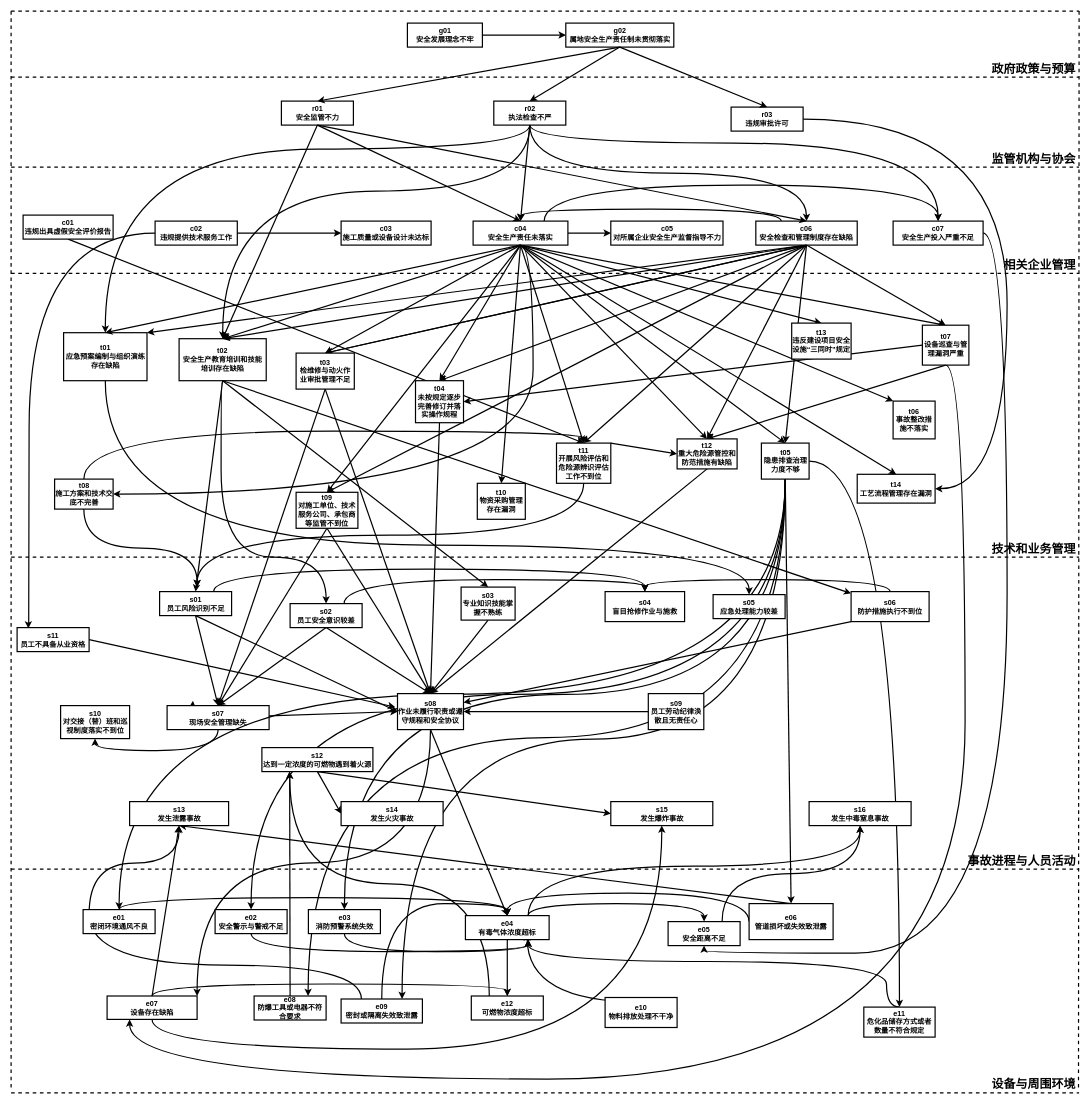
This is 剔除次数少于5.drawio from fangjiarong/docs, a draw.io file, before an edit. Source tidied: cells renumbered, new cells numbered last; positions are measured from the earlier drawing's top-left corner, leaving out a move shared by most shapes. Both pictures are drawn from the tidied source at 60%, with x=0, y=0 at pixel (11, 11).
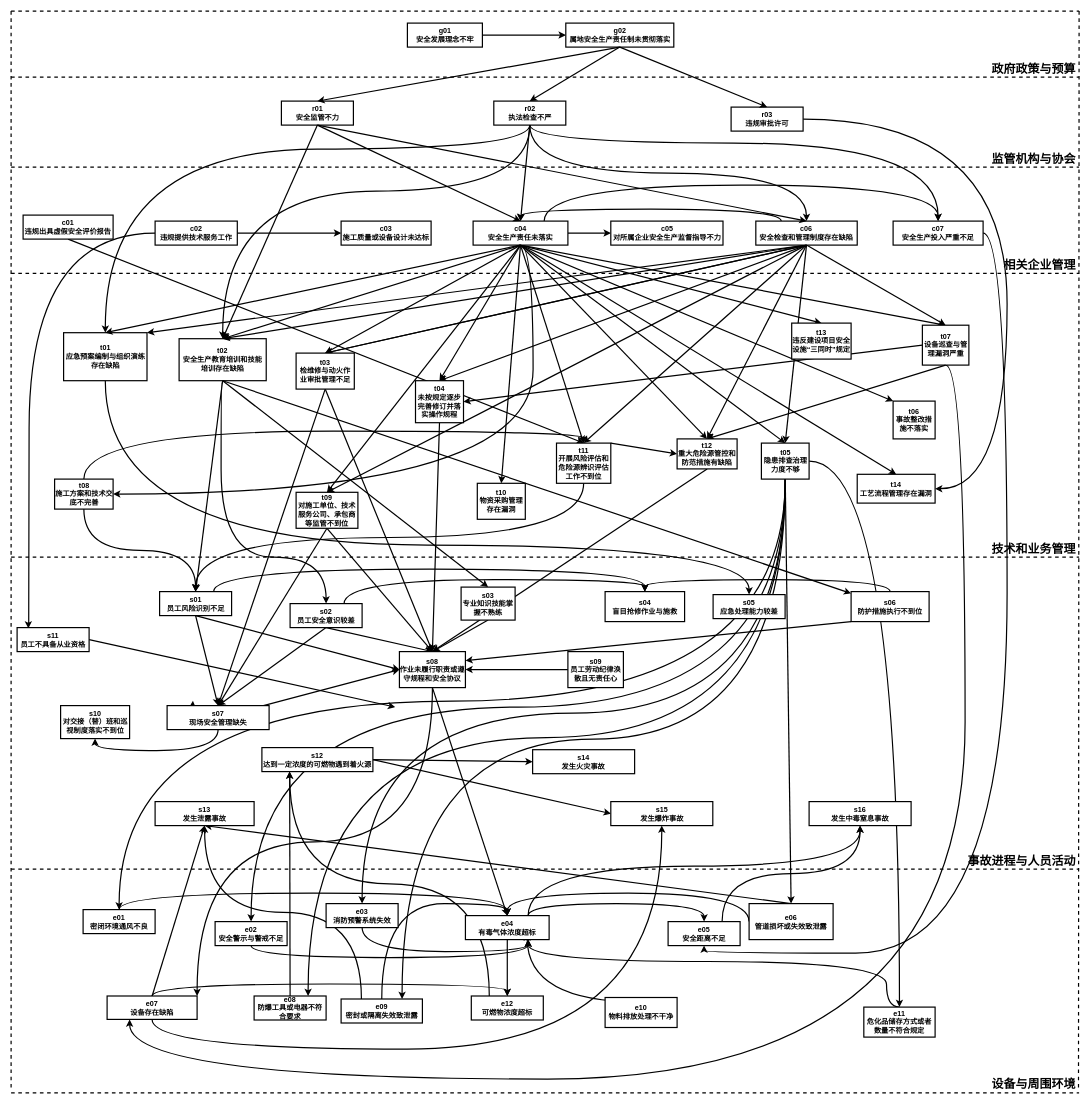
The same diagram, later.

Commit message (it also covers changes not shown here):
更新剔除次数少于5.drawio

The change refers to these unchanged cells:
```xml
<mxCell id="35" value="t08&lt;br&gt;施工方案和技术交底不完善" style="rounded=0;whiteSpace=wrap;html=1;strokeWidth=2;align=center;verticalAlign=middle;labelBorderColor=none;fontStyle=1;" parent="1" vertex="1">
  <mxGeometry x="72.5" y="780" width="97.5" height="50" as="geometry" />
</mxCell>
<mxCell id="41" value="s01&lt;br&gt;员工风险识别不足" style="rounded=0;whiteSpace=wrap;html=1;strokeWidth=2;align=center;verticalAlign=middle;labelBorderColor=none;fontStyle=1;" parent="1" vertex="1">
  <mxGeometry x="247.5" y="967.5" width="120" height="40" as="geometry" />
</mxCell>
<mxCell id="136" value="t05&lt;br&gt;隐患排查治理力度不够" style="rounded=0;whiteSpace=wrap;html=1;strokeWidth=2;align=center;verticalAlign=middle;labelBorderColor=none;fontStyle=1;" parent="1" vertex="1">
  <mxGeometry x="1250.5" y="720" width="79.5" height="60" as="geometry" />
</mxCell>
<mxCell id="139" value="t11&lt;br&gt;开展风险评估和危险源辨识评估工作不到位" style="rounded=0;whiteSpace=wrap;html=1;strokeWidth=2;align=center;verticalAlign=middle;labelBorderColor=none;fontStyle=1;" parent="1" vertex="1">
  <mxGeometry x="909" y="720" width="90.5" height="67" as="geometry" />
</mxCell>
<mxCell id="155" value="e01&lt;br&gt;密闭环境通风不良" style="rounded=0;whiteSpace=wrap;html=1;strokeWidth=2;align=center;verticalAlign=middle;labelBorderColor=none;fontStyle=1;" parent="1" vertex="1">
  <mxGeometry x="120" y="1497.5" width="120" height="40" as="geometry" />
</mxCell>
<mxCell id="158" value="s15&lt;br&gt;发生爆炸事故" style="rounded=0;whiteSpace=wrap;html=1;strokeWidth=2;align=center;verticalAlign=middle;labelBorderColor=none;fontStyle=1;" parent="1" vertex="1">
  <mxGeometry x="999.5" y="1317.5" width="170" height="40" as="geometry" />
</mxCell>
<mxCell id="159" value="e09&lt;br&gt;密封或隔离失效致泄露" style="rounded=0;whiteSpace=wrap;html=1;strokeWidth=2;align=center;verticalAlign=middle;labelBorderColor=none;fontStyle=1;" parent="1" vertex="1">
  <mxGeometry x="550" y="1646.5" width="135.5" height="40" as="geometry" />
</mxCell>
<mxCell id="168" value="e04&lt;br&gt;有毒气体浓度超标" style="rounded=0;whiteSpace=wrap;html=1;strokeWidth=2;align=center;verticalAlign=middle;labelBorderColor=none;fontStyle=1;" parent="1" vertex="1">
  <mxGeometry x="757.2" y="1507.5" width="139.5" height="40" as="geometry" />
</mxCell>
<mxCell id="169" value="s12&lt;br style=&quot;border-color: var(--border-color);&quot;&gt;达到一定浓度的可燃物遇到着火源" style="rounded=0;whiteSpace=wrap;html=1;strokeWidth=2;align=center;verticalAlign=middle;labelBorderColor=none;fontStyle=1;" parent="1" vertex="1">
  <mxGeometry x="418" y="1227.5" width="185" height="40" as="geometry" />
</mxCell>
```

Change to the diagram source:
```diff
@@
-    <mxCell id="34" style="edgeStyle=orthogonalEdgeStyle;curved=1;rounded=0;jettySize=auto;html=1;exitX=0.5;exitY=1;exitDx=0;exitDy=0;strokeWidth=2;align=center;verticalAlign=middle;labelBorderColor=none;" parent="1" edge="1" source="35">
-      <mxGeometry relative="1" as="geometry">
-        <mxPoint x="310" y="960" as="targetPoint" />
-      </mxGeometry>
+    <mxCell id="34" style="edgeStyle=orthogonalEdgeStyle;curved=1;rounded=0;jettySize=auto;html=1;exitX=0.5;exitY=1;exitDx=0;exitDy=0;strokeWidth=2;align=center;verticalAlign=middle;labelBorderColor=none;entryX=0.5;entryY=0;entryDx=0;entryDy=0;" parent="1" edge="1" source="35" target="41">
+      <mxGeometry relative="1" as="geometry" />
     </mxCell>
@@
-    <mxCell id="48" value="s07&lt;br&gt;现场安全管理缺失" style="rounded=0;whiteSpace=wrap;html=1;strokeWidth=2;align=center;verticalAlign=middle;labelBorderColor=none;fontStyle=1;" parent="1" vertex="1">
-      <mxGeometry x="260" y="1157.5" width="170" height="40" as="geometry" />
-    </mxCell>
@@
     <mxCell id="60" style="edgeStyle=orthogonalEdgeStyle;curved=1;rounded=0;jettySize=auto;html=1;exitX=0.5;exitY=0;exitDx=0;exitDy=0;entryX=0.5;entryY=0;entryDx=0;entryDy=0;strokeWidth=2;align=center;verticalAlign=middle;labelBorderColor=none;" parent="1" edge="1" source="155" target="168">
-      <mxGeometry relative="1" as="geometry" />
+      <mxGeometry relative="1" as="geometry">
+        <Array as="points">
+          <mxPoint x="180" y="1470" />
+          <mxPoint x="827" y="1470" />
+        </Array>
+      </mxGeometry>
     </mxCell>
@@
     <mxCell id="69" style="edgeStyle=orthogonalEdgeStyle;curved=1;rounded=0;jettySize=auto;html=1;exitX=0.25;exitY=0;exitDx=0;exitDy=0;entryX=0.5;entryY=1;entryDx=0;entryDy=0;strokeWidth=2;align=center;verticalAlign=middle;labelBorderColor=none;" parent="1" edge="1" source="159" target="156">
-      <mxGeometry relative="1" as="geometry">
-        <Array as="points">
-          <mxPoint x="584" y="1590" />
-          <mxPoint x="130" y="1590" />
-          <mxPoint x="130" y="1420" />
-          <mxPoint x="280" y="1420" />
-        </Array>
-      </mxGeometry>
+      <mxGeometry relative="1" as="geometry" />
     </mxCell>
@@
     <mxCell id="129" style="rounded=0;jettySize=auto;html=1;exitX=0.5;exitY=1;exitDx=0;exitDy=0;entryX=0.5;entryY=0;entryDx=0;entryDy=0;strokeWidth=2;edgeStyle=orthogonalEdgeStyle;curved=1;" parent="1" edge="1" source="136" target="155">
-      <mxGeometry relative="1" as="geometry" />
+      <mxGeometry relative="1" as="geometry">
+        <Array as="points">
+          <mxPoint x="1290" y="1150" />
+          <mxPoint x="180" y="1150" />
+        </Array>
+      </mxGeometry>
     </mxCell>
@@
     <mxCell id="132" style="rounded=0;jettySize=auto;html=1;exitX=0.5;exitY=1;exitDx=0;exitDy=0;entryX=0.5;entryY=0;entryDx=0;entryDy=0;strokeWidth=2;edgeStyle=orthogonalEdgeStyle;curved=1;" parent="1" edge="1" source="136" target="163">
-      <mxGeometry relative="1" as="geometry" />
+      <mxGeometry relative="1" as="geometry">
+        <Array as="points">
+          <mxPoint x="1290" y="1170" />
+          <mxPoint x="585" y="1170" />
+        </Array>
+      </mxGeometry>
     </mxCell>
     <mxCell id="133" style="rounded=0;jettySize=auto;html=1;exitX=0.5;exitY=1;exitDx=0;exitDy=0;entryX=0.5;entryY=0;entryDx=0;entryDy=0;strokeWidth=2;edgeStyle=orthogonalEdgeStyle;curved=1;" parent="1" edge="1" source="136" target="162">
-      <mxGeometry relative="1" as="geometry" />
+      <mxGeometry relative="1" as="geometry">
+        <Array as="points">
+          <mxPoint x="1290" y="1160" />
+          <mxPoint x="400" y="1160" />
+        </Array>
+      </mxGeometry>
     </mxCell>
@@
-    <mxCell id="138" style="edgeStyle=orthogonalEdgeStyle;curved=1;rounded=0;jettySize=auto;html=1;exitX=0.5;exitY=1;exitDx=0;exitDy=0;strokeWidth=2;align=center;verticalAlign=middle;labelBorderColor=none;" parent="1" edge="1" source="139">
-      <mxGeometry relative="1" as="geometry">
-        <mxPoint x="310" y="960" as="targetPoint" />
-      </mxGeometry>
+    <mxCell id="138" style="edgeStyle=orthogonalEdgeStyle;curved=1;rounded=0;jettySize=auto;html=1;exitX=0.5;exitY=1;exitDx=0;exitDy=0;strokeWidth=2;align=center;verticalAlign=middle;labelBorderColor=none;entryX=0.5;entryY=0;entryDx=0;entryDy=0;" parent="1" edge="1" source="139" target="41">
+      <mxGeometry relative="1" as="geometry" />
     </mxCell>
@@
-    <mxCell id="148" style="edgeStyle=none;rounded=0;jettySize=auto;html=1;exitX=0.5;exitY=1;exitDx=0;exitDy=0;entryX=0;entryY=0.5;entryDx=0;entryDy=0;strokeWidth=2;" parent="1" edge="1" source="169" target="157">
+    <mxCell id="148" style="edgeStyle=none;rounded=0;jettySize=auto;html=1;exitX=1;exitY=0.5;exitDx=0;exitDy=0;entryX=0;entryY=0.5;entryDx=0;entryDy=0;strokeWidth=2;" parent="1" edge="1" source="169" target="157">
       <mxGeometry relative="1" as="geometry" />
     </mxCell>
-    <mxCell id="149" style="edgeStyle=none;rounded=0;jettySize=auto;html=1;exitX=0.5;exitY=1;exitDx=0;exitDy=0;entryX=0;entryY=0.5;entryDx=0;entryDy=0;strokeWidth=2;" parent="1" edge="1" source="169" target="158">
+    <mxCell id="149" style="edgeStyle=none;rounded=0;jettySize=auto;html=1;exitX=1;exitY=0.5;exitDx=0;exitDy=0;entryX=0;entryY=0.5;entryDx=0;entryDy=0;strokeWidth=2;" parent="1" edge="1" source="169" target="158">
       <mxGeometry relative="1" as="geometry" />
     </mxCell>
@@
     <mxCell id="152" value="s08&lt;br&gt;作业未履行职责或遵守规程和安全协议" style="rounded=0;whiteSpace=wrap;html=1;strokeWidth=2;align=center;verticalAlign=middle;labelBorderColor=none;fontStyle=1;" parent="1" vertex="1">
-      <mxGeometry x="644" y="1137.5" width="110" height="60" as="geometry" />
+      <mxGeometry x="647.2" y="1067.5" width="110" height="60" as="geometry" />
     </mxCell>
     <mxCell id="153" value="s09&lt;br&gt;员工劳动纪律涣散且无责任心" style="rounded=0;whiteSpace=wrap;html=1;strokeWidth=2;align=center;verticalAlign=middle;labelBorderColor=none;fontStyle=1;" parent="1" vertex="1">
-      <mxGeometry x="1062" y="1137.5" width="92.5" height="60" as="geometry" />
+      <mxGeometry x="928" y="1067.5" width="92.5" height="60" as="geometry" />
     </mxCell>
@@
     <mxCell id="156" value="s13&lt;br&gt;发生泄露事故" style="rounded=0;whiteSpace=wrap;html=1;strokeWidth=2;align=center;verticalAlign=middle;labelBorderColor=none;fontStyle=1;" parent="1" vertex="1">
-      <mxGeometry x="197.5" y="1317.5" width="165" height="40" as="geometry" />
+      <mxGeometry x="240" y="1317.5" width="165" height="40" as="geometry" />
     </mxCell>
     <mxCell id="157" value="s14&lt;br&gt;发生火灾事故" style="rounded=0;whiteSpace=wrap;html=1;strokeWidth=2;align=center;verticalAlign=middle;labelBorderColor=none;fontStyle=1;" parent="1" vertex="1">
-      <mxGeometry x="550" y="1317.5" width="170" height="40" as="geometry" />
+      <mxGeometry x="869.2" y="1231" width="170" height="40" as="geometry" />
     </mxCell>
@@
     <mxCell id="162" value="e02&lt;br&gt;安全警示与警戒不足" style="rounded=0;whiteSpace=wrap;html=1;strokeWidth=2;align=center;verticalAlign=middle;labelBorderColor=none;fontStyle=1;" parent="1" vertex="1">
-      <mxGeometry x="340" y="1497.5" width="120" height="40" as="geometry" />
+      <mxGeometry x="340" y="1517.5" width="120" height="40" as="geometry" />
     </mxCell>
     <mxCell id="163" value="e03&lt;br&gt;消防预警系统失效" style="rounded=0;whiteSpace=wrap;html=1;strokeWidth=2;align=center;verticalAlign=middle;labelBorderColor=none;fontStyle=1;" parent="1" vertex="1">
-      <mxGeometry x="495.5" y="1497.5" width="120" height="40" as="geometry" />
+      <mxGeometry x="525" y="1487.5" width="120" height="40" as="geometry" />
     </mxCell>
@@
+    <mxCell id="48" value="s07&lt;br&gt;现场安全管理缺失" style="rounded=0;whiteSpace=wrap;html=1;strokeWidth=2;align=center;verticalAlign=middle;labelBorderColor=none;fontStyle=1;" parent="1" vertex="1">
+      <mxGeometry x="260" y="1157.5" width="170" height="40" as="geometry" />
+    </mxCell>
```
